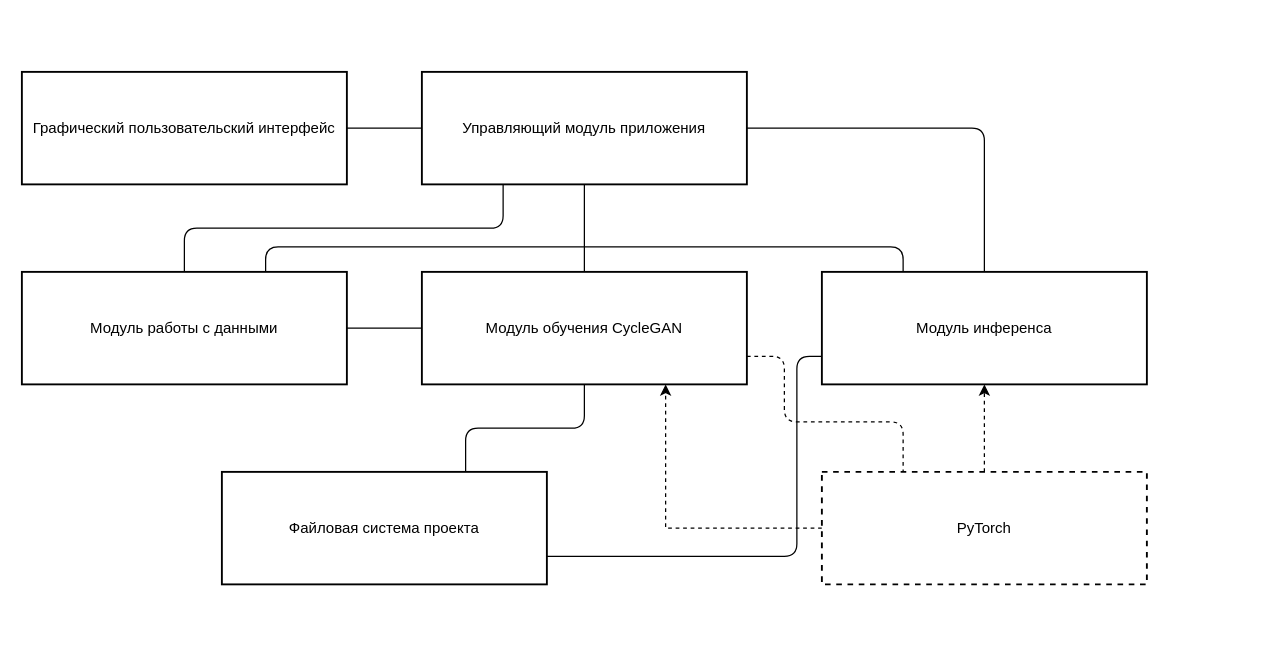
6N-1-K9/style_transfer_web keeps this draw.io diagram as diograms/component_diogram.drawio. Above is the earlier version. Source tidied: cells renumbered, new cells numbered last; positions are measured from the earlier drawing's top-left corner, leaving out a move shared by most shapes. Both pictures are drawn from the tidied source at 125%, with x=0, y=0 at pixel (21, 71).
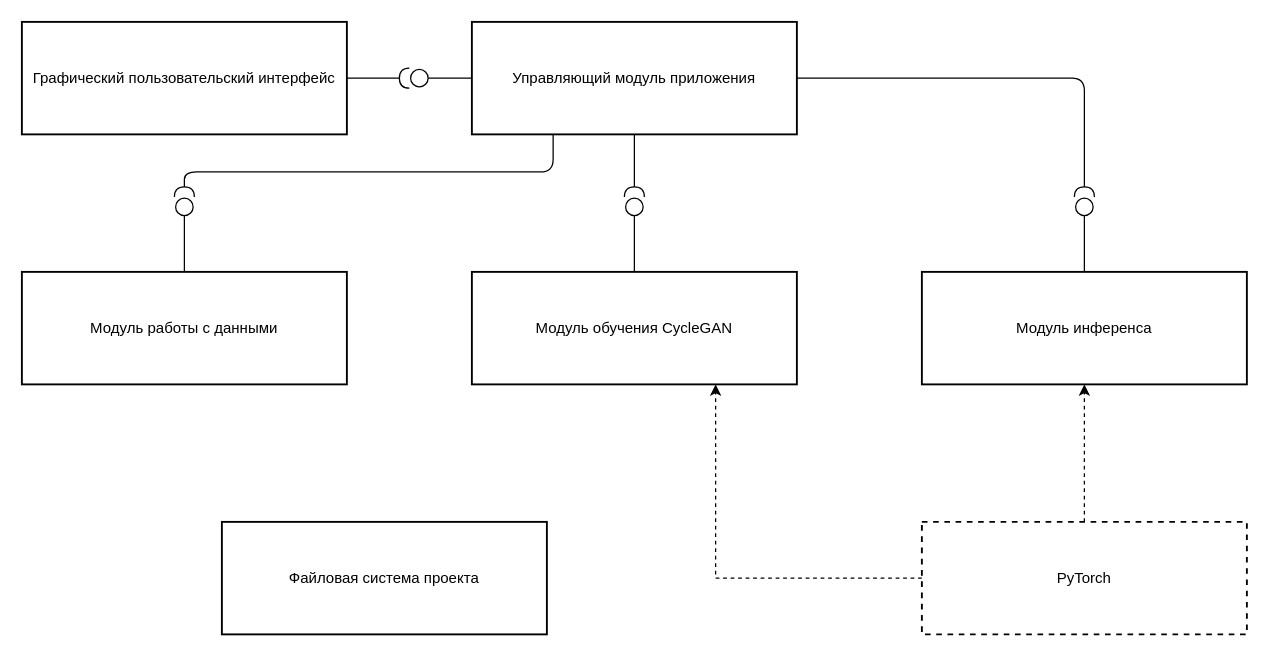
The same page after the edit.

The change refers to these unchanged cells:
```xml
<mxCell id="6" value="Модуль работы с данными" style="rounded=0;whiteSpace=wrap;html=1;strokeWidth=1.5;" parent="1" vertex="1">
  <mxGeometry y="160" width="260" height="90" as="geometry" />
</mxCell>
```

Change to the diagram source:
```diff
@@
+    <mxCell id="20" style="edgeStyle=none;html=1;exitX=1;exitY=0.5;exitDx=0;exitDy=0;endArrow=halfCircle;endFill=0;" parent="1" edge="1" source="2">
+      <mxGeometry relative="1" as="geometry">
+        <mxPoint x="310" y="5" as="targetPoint" />
+      </mxGeometry>
+    </mxCell>
     <mxCell id="2" value="Графический пользовательский интерфейс" style="rounded=0;whiteSpace=wrap;html=1;strokeWidth=1.5;" parent="1" vertex="1">
-      <mxGeometry width="260" height="90" as="geometry" />
+      <mxGeometry y="-40" width="260" height="90" as="geometry" />
     </mxCell>
+    <mxCell id="21" style="edgeStyle=none;html=1;endArrow=circle;endFill=0;" parent="1" edge="1" source="3">
+      <mxGeometry relative="1" as="geometry">
+        <mxPoint x="310" y="5" as="targetPoint" />
+      </mxGeometry>
+    </mxCell>
+    <mxCell id="22" style="edgeStyle=none;html=1;exitX=0.5;exitY=1;exitDx=0;exitDy=0;endArrow=halfCircle;endFill=0;" parent="1" edge="1" source="3">
+      <mxGeometry relative="1" as="geometry">
+        <mxPoint x="490" y="100" as="targetPoint" />
+      </mxGeometry>
+    </mxCell>
+    <mxCell id="23" style="edgeStyle=none;html=1;exitX=1;exitY=0.5;exitDx=0;exitDy=0;endArrow=halfCircle;endFill=0;" parent="1" edge="1" source="3">
+      <mxGeometry relative="1" as="geometry">
+        <mxPoint x="850" y="100" as="targetPoint" />
+        <Array as="points">
+          <mxPoint x="850" y="5" />
+        </Array>
+      </mxGeometry>
+    </mxCell>
+    <mxCell id="24" style="edgeStyle=none;html=1;exitX=0.25;exitY=1;exitDx=0;exitDy=0;endArrow=halfCircle;endFill=0;" parent="1" edge="1" source="3">
+      <mxGeometry relative="1" as="geometry">
+        <mxPoint x="130" y="100" as="targetPoint" />
+        <Array as="points">
+          <mxPoint x="425" y="80" />
+          <mxPoint x="130" y="80" />
+        </Array>
+      </mxGeometry>
+    </mxCell>
     <mxCell id="3" value="Управляющий модуль приложения" style="rounded=0;whiteSpace=wrap;html=1;strokeWidth=1.5;" parent="1" vertex="1">
-      <mxGeometry x="320" width="260" height="90" as="geometry" />
+      <mxGeometry x="360" y="-40" width="260" height="90" as="geometry" />
     </mxCell>
+    <mxCell id="25" style="edgeStyle=none;html=1;exitX=0.5;exitY=0;exitDx=0;exitDy=0;endArrow=circle;endFill=0;" parent="1" edge="1" source="4">
+      <mxGeometry relative="1" as="geometry">
+        <mxPoint x="490" y="100" as="targetPoint" />
+      </mxGeometry>
+    </mxCell>
     <mxCell id="4" value="Модуль обучения CycleGAN" style="rounded=0;whiteSpace=wrap;html=1;strokeWidth=1.5;" parent="1" vertex="1">
-      <mxGeometry x="320" y="160" width="260" height="90" as="geometry" />
+      <mxGeometry x="360" y="160" width="260" height="90" as="geometry" />
     </mxCell>
+    <mxCell id="26" style="edgeStyle=none;html=1;exitX=0.5;exitY=0;exitDx=0;exitDy=0;endArrow=circle;endFill=0;" parent="1" edge="1" source="5">
+      <mxGeometry relative="1" as="geometry">
+        <mxPoint x="850" y="100" as="targetPoint" />
+      </mxGeometry>
+    </mxCell>
     <mxCell id="5" value="Модуль инференса" style="rounded=0;whiteSpace=wrap;html=1;strokeWidth=1.5;" parent="1" vertex="1">
-      <mxGeometry x="640" y="160" width="260" height="90" as="geometry" />
+      <mxGeometry x="720" y="160" width="260" height="90" as="geometry" />
     </mxCell>
+    <mxCell id="27" style="edgeStyle=none;html=1;exitX=0.5;exitY=0;exitDx=0;exitDy=0;endArrow=circle;endFill=0;" parent="1" edge="1" source="6">
+      <mxGeometry relative="1" as="geometry">
+        <mxPoint x="130" y="100" as="targetPoint" />
+      </mxGeometry>
+    </mxCell>
@@
     <mxCell id="7" value="Файловая система проекта" style="rounded=0;whiteSpace=wrap;html=1;strokeWidth=1.5;" parent="1" vertex="1">
-      <mxGeometry x="160" y="320" width="260" height="90" as="geometry" />
+      <mxGeometry x="160" y="360" width="260" height="90" as="geometry" />
     </mxCell>
     <mxCell id="8" style="edgeStyle=none;html=1;entryX=0.75;entryY=1;entryDx=0;entryDy=0;rounded=0;curved=0;dashed=1;exitX=0;exitY=0.5;exitDx=0;exitDy=0;" parent="1" edge="1" source="10" target="4">
       <mxGeometry relative="1" as="geometry">
         <Array as="points">
-          <mxPoint x="515" y="365" />
-          <mxPoint x="515" y="290" />
+          <mxPoint x="555" y="405" />
+          <mxPoint x="555" y="290" />
         </Array>
       </mxGeometry>
     </mxCell>
-    <mxCell id="9" style="edgeStyle=none;html=1;exitX=0.5;exitY=0;exitDx=0;exitDy=0;entryX=0.5;entryY=1;entryDx=0;entryDy=0;dashed=1;" parent="1" edge="1">
+    <mxCell id="9" style="edgeStyle=none;html=1;exitX=0.5;exitY=0;exitDx=0;exitDy=0;entryX=0.5;entryY=1;entryDx=0;entryDy=0;dashed=1;" parent="1" edge="1" source="10">
       <mxGeometry relative="1" as="geometry">
-        <mxPoint x="770" y="320" as="sourcePoint" />
-        <mxPoint x="770" y="250" as="targetPoint" />
+        <mxPoint x="850" y="250" as="targetPoint" />
       </mxGeometry>
     </mxCell>
     <mxCell id="10" value="PyTorch" style="rounded=0;whiteSpace=wrap;html=1;strokeWidth=1.5;dashed=1;" parent="1" vertex="1">
-      <mxGeometry x="640" y="320" width="260" height="90" as="geometry" />
+      <mxGeometry x="720" y="360" width="260" height="90" as="geometry" />
     </mxCell>
-    <mxCell id="11" style="edgeStyle=orthogonalEdgeStyle;endArrow=none;startArrow=none;" parent="1" edge="1" source="2" target="3">
-      <mxGeometry relative="1" as="geometry" />
-    </mxCell>
-    <mxCell id="12" style="edgeStyle=orthogonalEdgeStyle;endArrow=none;" parent="1" edge="1" source="3" target="4">
-      <mxGeometry relative="1" as="geometry" />
-    </mxCell>
-    <mxCell id="13" style="edgeStyle=orthogonalEdgeStyle;endArrow=none;" parent="1" edge="1" source="3" target="5">
-      <mxGeometry relative="1" as="geometry" />
-    </mxCell>
-    <mxCell id="14" style="edgeStyle=orthogonalEdgeStyle;endArrow=none;exitX=0.25;exitY=1;exitDx=0;exitDy=0;" parent="1" edge="1" source="3" target="6">
-      <mxGeometry relative="1" as="geometry" />
-    </mxCell>
-    <mxCell id="15" style="edgeStyle=orthogonalEdgeStyle;endArrow=none;" parent="1" edge="1" source="4" target="6">
-      <mxGeometry relative="1" as="geometry" />
-    </mxCell>
-    <mxCell id="16" style="edgeStyle=orthogonalEdgeStyle;endArrow=none;exitX=0.25;exitY=0;exitDx=0;exitDy=0;entryX=0.75;entryY=0;entryDx=0;entryDy=0;" parent="1" edge="1" source="5" target="6">
-      <mxGeometry relative="1" as="geometry">
-        <Array as="points">
-          <mxPoint x="705" y="140" />
-          <mxPoint x="195" y="140" />
-        </Array>
-      </mxGeometry>
-    </mxCell>
-    <mxCell id="17" style="edgeStyle=orthogonalEdgeStyle;endArrow=none;entryX=0.75;entryY=0;entryDx=0;entryDy=0;" parent="1" edge="1" source="4" target="7">
-      <mxGeometry relative="1" as="geometry" />
-    </mxCell>
-    <mxCell id="18" style="edgeStyle=orthogonalEdgeStyle;endArrow=none;entryX=1;entryY=0.75;entryDx=0;entryDy=0;exitX=0;exitY=0.75;exitDx=0;exitDy=0;" parent="1" edge="1" source="5" target="7">
-      <mxGeometry relative="1" as="geometry">
-        <Array as="points">
-          <mxPoint x="620" y="228" />
-          <mxPoint x="620" y="388" />
-        </Array>
-      </mxGeometry>
-    </mxCell>
-    <mxCell id="19" style="edgeStyle=orthogonalEdgeStyle;dashed=1;endArrow=none;exitX=1;exitY=0.75;exitDx=0;exitDy=0;entryX=0.25;entryY=0;entryDx=0;entryDy=0;" parent="1" edge="1" source="4" target="10">
-      <mxGeometry relative="1" as="geometry">
-        <Array as="points">
-          <mxPoint x="610" y="228" />
-          <mxPoint x="610" y="280" />
-          <mxPoint x="705" y="280" />
-        </Array>
-      </mxGeometry>
-    </mxCell>
```
